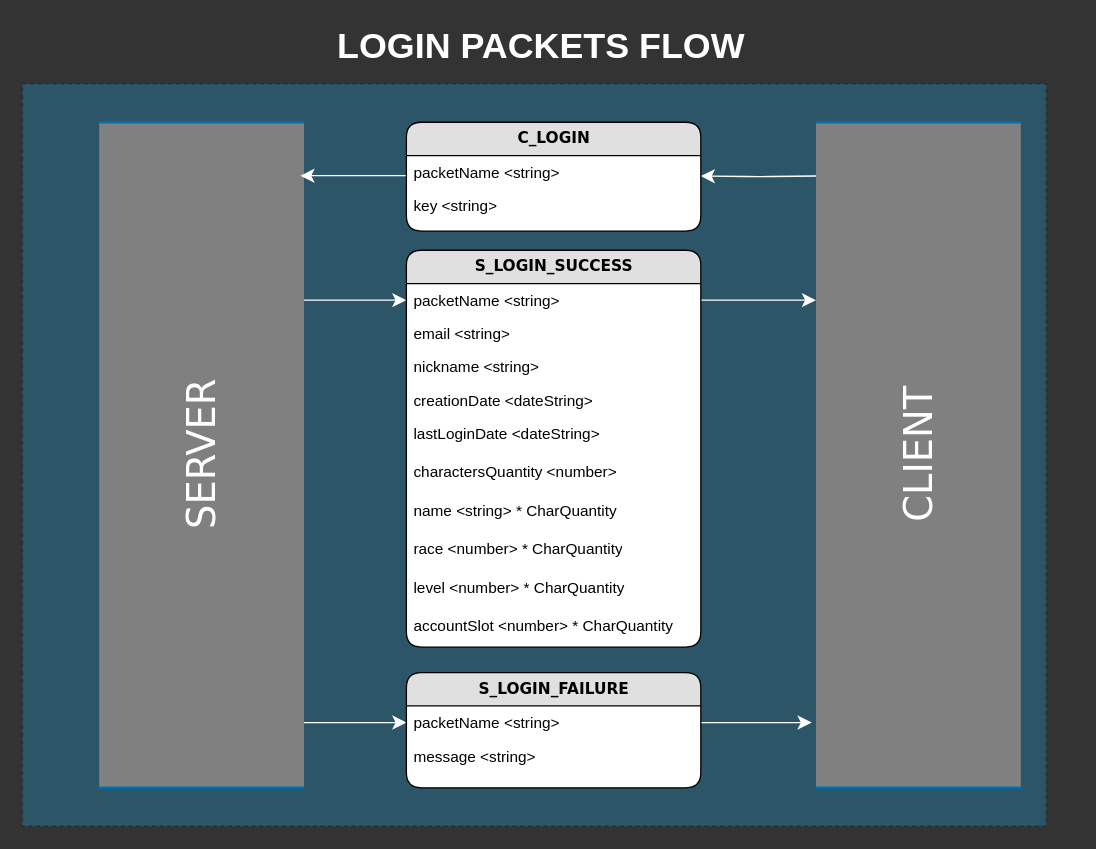
Above: page "LOGIN" (4 of 7) of documentation/Packets Diagram.drawio in TresComaCatorce/MMORPG (draw.io), before the change. Source tidied: cells renumbered, new cells numbered last; positions are measured from the earlier drawing's top-left corner, leaving out a move shared by most shapes. Both pictures are drawn from the tidied source at 128%, with x=0, y=0 at pixel (22, 32).
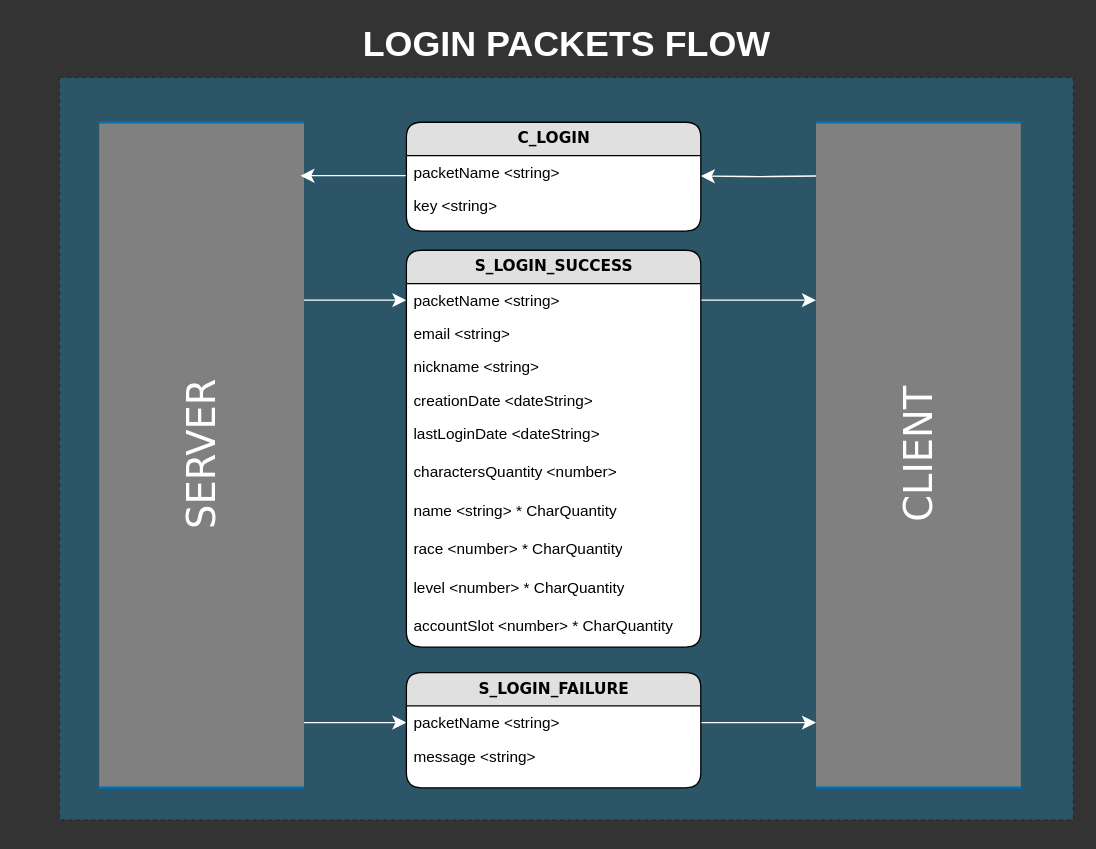
After the change.

The change refers to these unchanged cells:
```xml
<mxCell id="4" value="&lt;span style=&quot;font-size: 30px;&quot;&gt;CLIENT&lt;/span&gt;" style="html=1;rounded=0;shadow=0;comic=0;labelBackgroundColor=none;strokeWidth=2;fontFamily=Verdana;fontSize=30;align=center;shape=mxgraph.ios7ui.horLines;strokeColor=#006EAF;fillColor=#808080;fontStyle=0;labelBorderColor=none;horizontal=0;fontColor=#FFFFFF;" parent="1" vertex="1">
  <mxGeometry x="620" y="70" width="160" height="520" as="geometry" />
</mxCell>
<mxCell id="27" value="packetName &amp;lt;string&amp;gt;" style="text;html=1;strokeColor=none;fillColor=none;spacingLeft=4;spacingRight=4;whiteSpace=wrap;overflow=hidden;points=[[0,0.5],[1,0.5]];portConstraint=eastwest;fontColor=#000000;" parent="26" vertex="1">
  <mxGeometry y="26" width="230" height="26" as="geometry" />
</mxCell>
```

Diff of the diagram source:
```diff
@@
     <mxCell id="2" style="rounded=0;whiteSpace=wrap;html=1;shadow=0;fillColor=#1ba1e2;dashed=1;fontColor=#ffffff;opacity=30;" parent="1" vertex="1">
-      <mxGeometry y="40" width="800" height="580" as="geometry" />
+      <mxGeometry x="29" y="35" width="792" height="580" as="geometry" />
     </mxCell>
@@
-    <mxCell id="10" style="edgeStyle=orthogonalEdgeStyle;html=1;exitX=1;exitY=0.5;labelBackgroundColor=none;startFill=0;startSize=8;endFill=1;endSize=8;fontFamily=Verdana;fontSize=12;exitDx=0;exitDy=0;fontColor=#000000;strokeColor=#FFFFFF;" parent="1" edge="1" source="27">
-      <mxGeometry relative="1" as="geometry">
-        <mxPoint x="616.6" y="539" as="targetPoint" />
-      </mxGeometry>
+    <mxCell id="10" style="edgeStyle=orthogonalEdgeStyle;html=1;exitX=1;exitY=0.5;labelBackgroundColor=none;startFill=0;startSize=8;endFill=1;endSize=8;fontFamily=Verdana;fontSize=12;exitDx=0;exitDy=0;fontColor=#000000;strokeColor=#FFFFFF;entryX=0;entryY=0.902;entryDx=0;entryDy=0;entryPerimeter=0;" parent="1" edge="1" source="27" target="4">
+      <mxGeometry relative="1" as="geometry" />
     </mxCell>
     <mxCell id="11" value="&lt;font style=&quot;font-size: 28px&quot;&gt;&lt;b&gt;LOGIN PACKETS FLOW&lt;/b&gt;&lt;/font&gt;" style="text;html=1;align=center;verticalAlign=middle;fontColor=#FFFFFF;" parent="1" vertex="1">
-      <mxGeometry x="240" width="330" height="20" as="geometry" />
+      <mxGeometry x="260" y="-1" width="330" height="20" as="geometry" />
     </mxCell>
```
